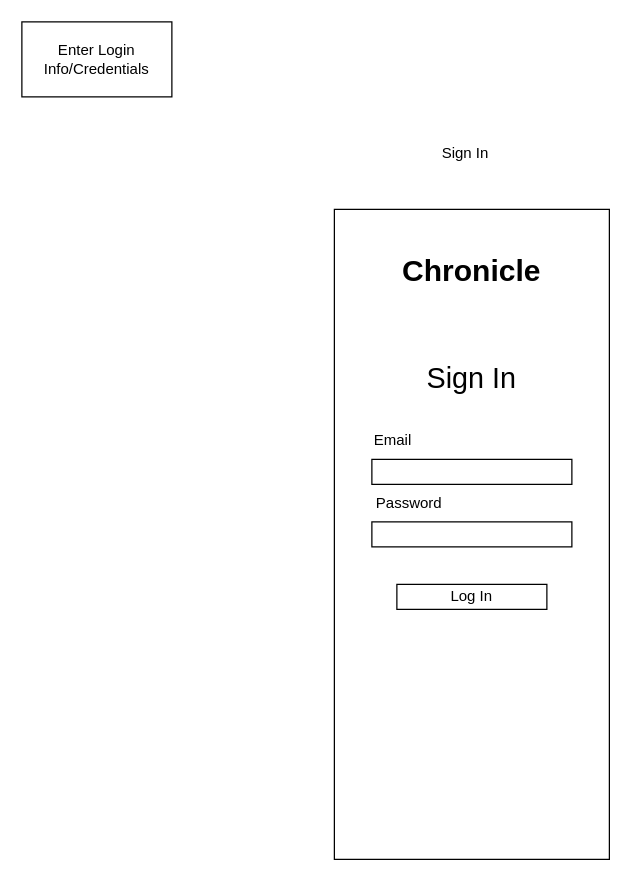
Vaibhav-G-Parmar/Chronicle-Your-Ultimate-Travel-Companion keeps this draw.io diagram as page "LogIn" (4 of 15) of Chronicle_Initial_App_Wireframe_Designs.drawio. Above is the earlier version. Source tidied: cells renumbered, new cells numbered last; positions are measured from the earlier drawing's top-left corner, leaving out a move shared by most shapes. Both pictures are drawn from the tidied source at 125%, with x=0, y=0 at pixel (21, 21).
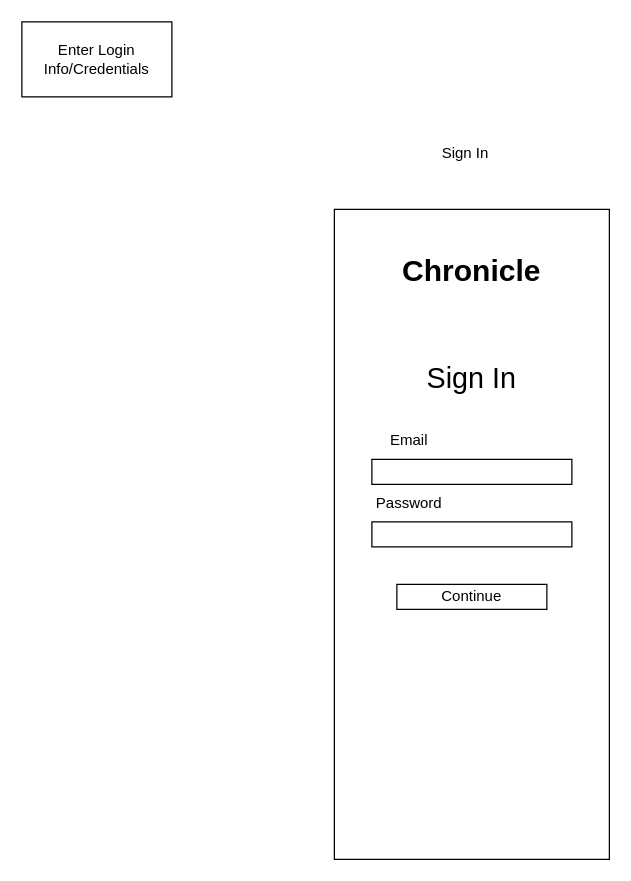
After the change.

What changed in the source:
```diff
@@
 <mxGraphModel>
   <root>
     <mxCell id="0" />
     <mxCell id="1" parent="0" />
     <mxCell id="2" value="Enter Login Info/Credentials" style="rounded=0;whiteSpace=wrap;html=1;" parent="1" vertex="1">
       <mxGeometry width="120" height="60" as="geometry" />
     </mxCell>
     <mxCell id="3" style="endArrow=none;html=1;rounded=0;" parent="1" edge="1">
       <mxGeometry relative="1" as="geometry">
         <mxPoint x="450" y="190" as="sourcePoint" />
         <mxPoint x="450" y="190" as="targetPoint" />
       </mxGeometry>
     </mxCell>
     <mxCell id="4" style="rounded=0;whiteSpace=wrap;html=1;" parent="1" vertex="1">
       <mxGeometry x="250" y="150" width="220" height="520" as="geometry" />
     </mxCell>
     <mxCell id="5" value="Sign In" style="text;html=1;strokeColor=none;fillColor=none;align=center;verticalAlign=middle;whiteSpace=wrap;rounded=0;" parent="1" vertex="1">
       <mxGeometry x="325" y="90" width="60" height="30" as="geometry" />
     </mxCell>
     <mxCell id="6" style="rounded=0;whiteSpace=wrap;html=1;" parent="1" vertex="1">
       <mxGeometry x="280" y="350" width="160" height="20" as="geometry" />
     </mxCell>
     <mxCell id="7" style="rounded=0;whiteSpace=wrap;html=1;" parent="1" vertex="1">
       <mxGeometry x="280" y="400" width="160" height="20" as="geometry" />
     </mxCell>
-    <mxCell id="8" value="Email" style="text;html=1;strokeColor=none;fillColor=none;align=left;verticalAlign=middle;whiteSpace=wrap;rounded=0;" parent="1" vertex="1">
+    <mxCell id="8" value="Email" style="text;html=1;strokeColor=none;fillColor=none;align=center;verticalAlign=middle;whiteSpace=wrap;rounded=0;" parent="1" vertex="1">
       <mxGeometry x="280" y="320" width="60" height="30" as="geometry" />
     </mxCell>
     <mxCell id="9" value="Password" style="text;html=1;strokeColor=none;fillColor=none;align=center;verticalAlign=middle;whiteSpace=wrap;rounded=0;" parent="1" vertex="1">
       <mxGeometry x="280" y="370" width="60" height="30" as="geometry" />
     </mxCell>
     <mxCell id="10" value="&lt;font style=&quot;font-size: 23px;&quot;&gt;Sign In&lt;/font&gt;" style="text;html=1;strokeColor=none;fillColor=none;align=center;verticalAlign=middle;whiteSpace=wrap;rounded=0;" parent="1" vertex="1">
       <mxGeometry x="320" y="270" width="80" height="30" as="geometry" />
     </mxCell>
-    <mxCell id="11" value="Log In" style="rounded=0;whiteSpace=wrap;html=1;" parent="1" vertex="1">
+    <mxCell id="11" value="Continue" style="rounded=0;whiteSpace=wrap;html=1;" parent="1" vertex="1">
       <mxGeometry x="300" y="450" width="120" height="20" as="geometry" />
     </mxCell>
     <mxCell id="12" value="&lt;h1&gt;Chronicle&lt;/h1&gt;&lt;p&gt;&lt;br&gt;&lt;/p&gt;" style="text;html=1;strokeColor=none;fillColor=none;spacing=5;spacingTop=-20;whiteSpace=wrap;overflow=hidden;rounded=0;align=center;" parent="1" vertex="1">
       <mxGeometry x="295" y="180" width="130" height="40" as="geometry" />
     </mxCell>
   </root>
 </mxGraphModel>
```
